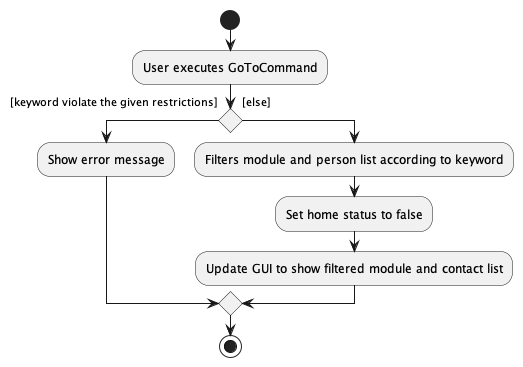
nus-cs2103-AY2223S1/tp keeps this PlantUML diagram as docs/images/GoToActivityDiagram.png. Above is the earlier version.
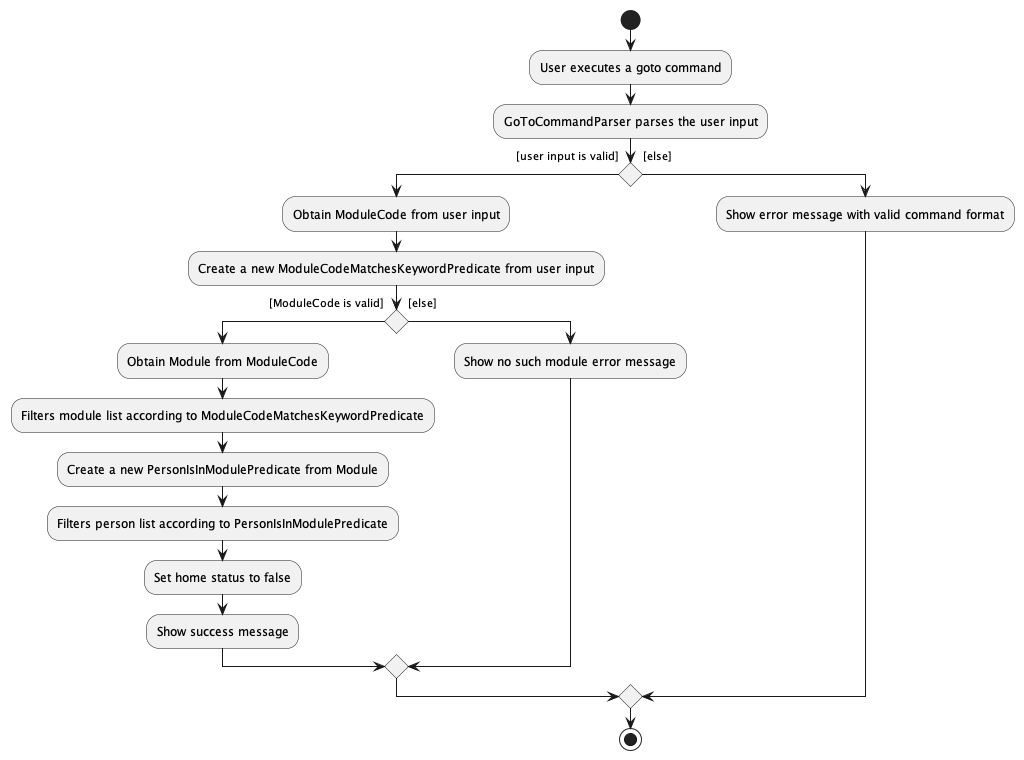
Above is the later version.

Change to the diagram source:
```diff
@@ -1,16 +1,29 @@
 @startuml
 start
-:User executes GoToCommand;
+:User executes a goto command;
 
 
-if () then ([keyword violate the given restrictions]
+:GoToCommandParser parses the user input;
+
+if () then ([user input is valid]
 )
-:Show error message;
+:Obtain ModuleCode from user input;
+:Create a new ModuleCodeMatchesKeywordPredicate from user input;
+    if () then ([ModuleCode is valid]
+    )
+    :Obtain Module from ModuleCode;
+    :Filters module list according to ModuleCodeMatchesKeywordPredicate;
+    :Create a new PersonIsInModulePredicate from Module;
+    :Filters person list according to PersonIsInModulePredicate;
+    :Set home status to false;
+    :Show success message;
+    else ([else]
+    )
+    :Show no such module error message;
+    endif
 else ([else]
 )
-:Filters module and person list according to keyword;
-:Set home status to false;
-:Update GUI to show filtered module and contact list;
+:Show error message with valid command format;
 endif
 stop
 @enduml
```
